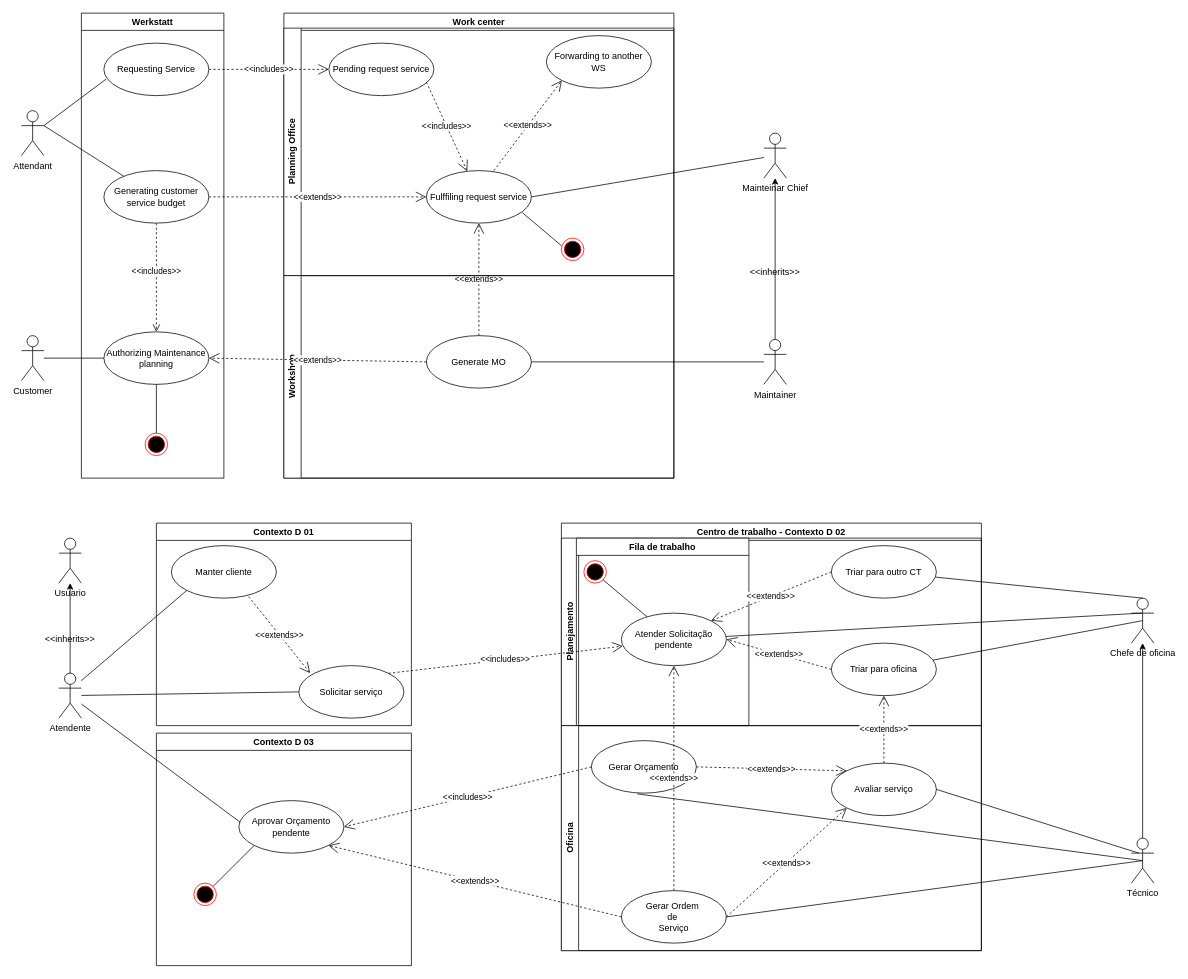
This is page "Use Case" (1 of 3) of models/werkstatt.drawio from dnanseldev/Werkstatt, a draw.io file, before an edit. Source tidied: cells renumbered, new cells numbered last; positions are measured from the earlier drawing's top-left corner, leaving out a move shared by most shapes. Both pictures are drawn from the tidied source at 75%, with x=0, y=0 at pixel (21, 13).
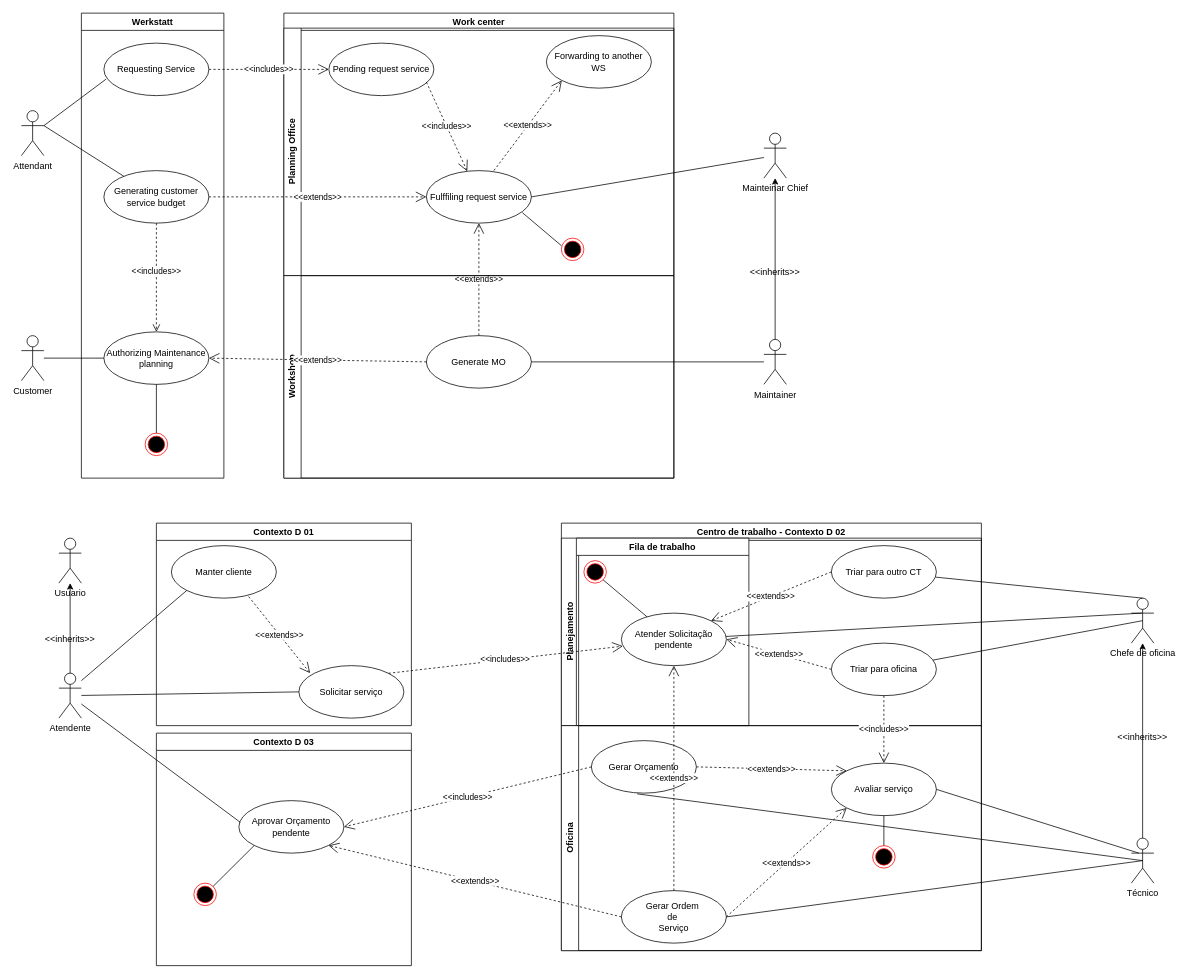
Above is the later version.

Unchanged cells that the change refers to:
```xml
<mxCell id="45" value="Centro de trabalho - Contexto D 02" style="swimlane;whiteSpace=wrap;html=1;" parent="1" vertex="1">
  <mxGeometry x="720" y="680" width="560" height="570" as="geometry" />
</mxCell>
<mxCell id="53" value="Triar para oficina" style="ellipse;whiteSpace=wrap;html=1;" parent="46" vertex="1">
  <mxGeometry x="360" y="140" width="140" height="70" as="geometry" />
</mxCell>
<mxCell id="55" value="Oficina" style="swimlane;horizontal=0;whiteSpace=wrap;html=1;" parent="45" vertex="1">
  <mxGeometry y="270" width="560" height="300" as="geometry" />
</mxCell>
<mxCell id="57" value="Avaliar serviço" style="ellipse;whiteSpace=wrap;html=1;" parent="55" vertex="1">
  <mxGeometry x="360" y="50" width="140" height="70" as="geometry" />
</mxCell>
```

What changed in the source:
```diff
@@
+    <mxCell id="80" style="ellipse;html=1;shape=endState;fillColor=#000000;strokeColor=#ff0000;" parent="55" vertex="1">
+      <mxGeometry x="415" y="160" width="30" height="30" as="geometry" />
+    </mxCell>
+    <mxCell id="81" style="endArrow=none;html=1;exitX=0.5;exitY=0;exitDx=0;exitDy=0;entryX=0.5;entryY=1;entryDx=0;entryDy=0;" parent="55" edge="1" source="80" target="57">
+      <mxGeometry relative="1" as="geometry" />
+    </mxCell>
@@
-    <mxCell id="62" value="&amp;lt;&amp;lt;extends&amp;gt;&amp;gt;" style="endArrow=open;endSize=12;dashed=1;html=1;rounded=0;entryX=0.5;entryY=1;entryDx=0;entryDy=0;exitX=0.5;exitY=0;exitDx=0;exitDy=0;" parent="45" edge="1" source="57" target="53">
-      <mxGeometry relative="1" as="geometry" />
-    </mxCell>
+    <mxCell id="82" value="&amp;lt;&amp;lt;includes&amp;gt;&amp;gt;" style="endArrow=open;endSize=12;dashed=1;html=1;exitX=0.5;exitY=1;exitDx=0;exitDy=0;entryX=0.5;entryY=0;entryDx=0;entryDy=0;" parent="45" edge="1" source="53" target="57">
+      <mxGeometry relative="1" as="geometry" />
+    </mxCell>
@@
+    <mxCell id="83" value="&amp;lt;&amp;lt;inherits&amp;gt;&amp;gt;" style="text;html=1;strokeColor=none;fillColor=none;align=center;verticalAlign=middle;whiteSpace=wrap;rounded=0;" parent="1" vertex="1">
+      <mxGeometry x="1465" y="950" width="60" height="30" as="geometry" />
+    </mxCell>
```
